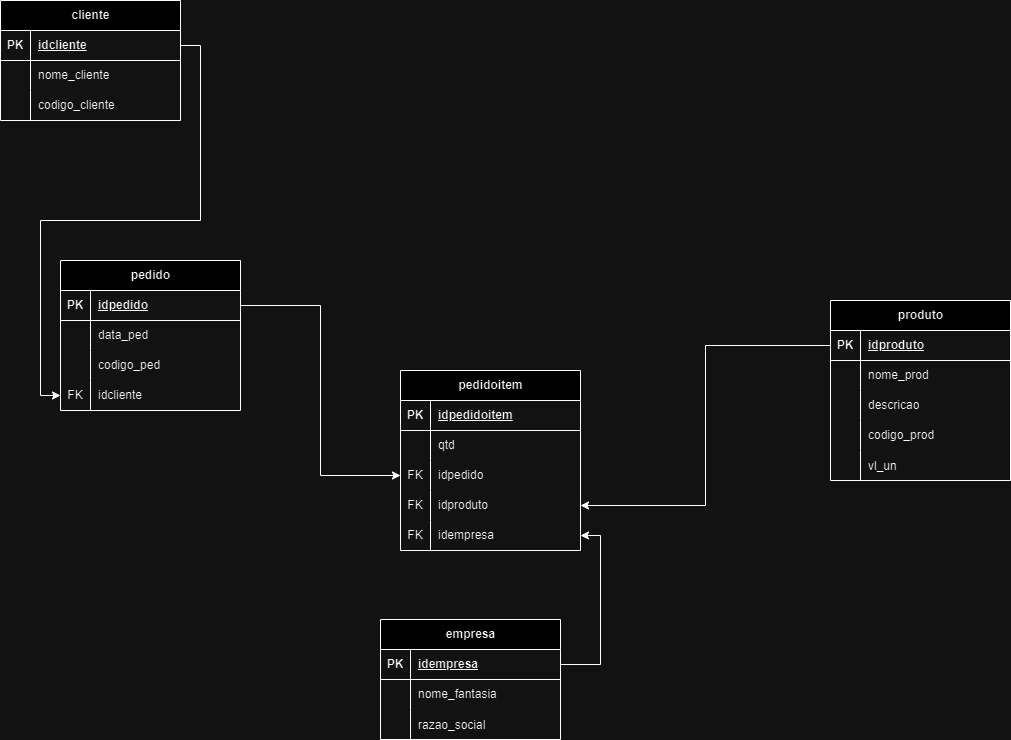
Before: ProjetoPooGrupo3/DER BD.png, a diagram exported from draw.io (Monerat/SerraTec-POO-Grupo3). Source tidied: cells renumbered, new cells last; positions are measured from the earlier drawing's top-left corner, leaving out a move shared by most shapes.
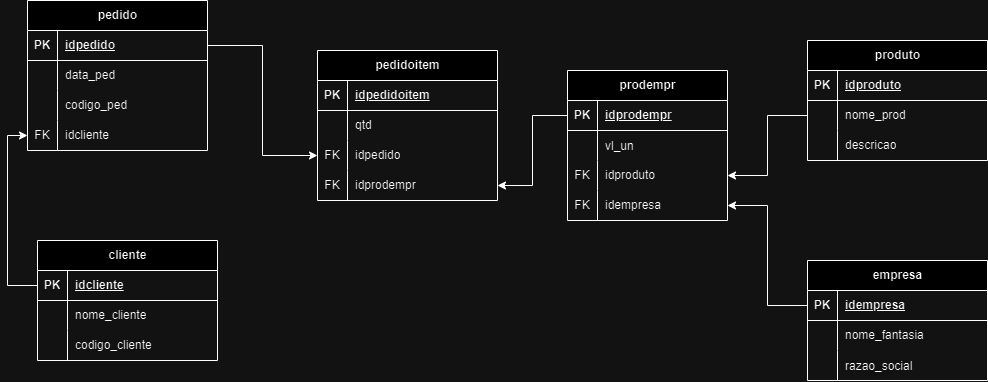
The same file after the commit.

Commit message:
Alterando Principal com as operações CRUD do Prod-Empr

Diff of the diagram source:
```diff
@@ -3,7 +3,7 @@
     <mxCell id="0" />
     <mxCell id="1" parent="0" />
     <mxCell id="2" value="cliente" style="shape=table;startSize=30;rowLines=0;fontStyle=1;align=center;html=1;" parent="1" vertex="1">
-      <mxGeometry width="180" height="120" as="geometry" />
+      <mxGeometry x="70" y="500" width="180" height="120" as="geometry" />
     </mxCell>
     <mxCell id="3" style="shape=tableRow;horizontal=0;startSize=0;swimlaneHead=0;swimlaneBody=0;fillColor=none;points=[[0,0.5],[1,0.5]];portConstraint=eastwest;top=0;left=0;right=0;bottom=1;" parent="2" vertex="1">
       <mxGeometry y="30" width="180" height="30" as="geometry" />
@@ -33,7 +33,7 @@
       <mxGeometry x="30" width="150" height="30" as="geometry" />
     </mxCell>
     <mxCell id="12" value="produto" style="shape=table;startSize=30;rowLines=0;fontStyle=1;align=center;html=1;" parent="1" vertex="1">
-      <mxGeometry x="830" y="300" width="180" height="180" as="geometry" />
+      <mxGeometry x="840" y="300" width="180" height="120" as="geometry" />
     </mxCell>
     <mxCell id="13" style="shape=tableRow;horizontal=0;startSize=0;swimlaneHead=0;swimlaneBody=0;fillColor=none;points=[[0,0.5],[1,0.5]];portConstraint=eastwest;top=0;left=0;right=0;bottom=1;" parent="12" vertex="1">
       <mxGeometry y="30" width="180" height="30" as="geometry" />
@@ -62,24 +62,6 @@
     <mxCell id="21" value="descricao" style="shape=partialRectangle;fillColor=none;top=0;left=0;bottom=0;right=0;align=left;spacingLeft=6;overflow=hidden;whiteSpace=wrap;html=1;" parent="19" vertex="1">
       <mxGeometry x="30" width="150" height="30" as="geometry" />
     </mxCell>
-    <mxCell id="22" style="shape=tableRow;horizontal=0;startSize=0;swimlaneHead=0;swimlaneBody=0;fillColor=none;top=0;left=0;right=0;bottom=0;" parent="12" vertex="1">
-      <mxGeometry y="120" width="180" height="30" as="geometry" />
-    </mxCell>
-    <mxCell id="23" style="shape=partialRectangle;fillColor=none;top=0;left=0;bottom=0;right=0;overflow=hidden;whiteSpace=wrap;html=1;" parent="22" vertex="1">
-      <mxGeometry width="30" height="30" as="geometry" />
-    </mxCell>
-    <mxCell id="24" value="codigo_prod" style="shape=partialRectangle;fillColor=none;top=0;left=0;bottom=0;right=0;align=left;spacingLeft=6;overflow=hidden;whiteSpace=wrap;html=1;" parent="22" vertex="1">
-      <mxGeometry x="30" width="150" height="30" as="geometry" />
-    </mxCell>
-    <mxCell id="25" style="shape=tableRow;horizontal=0;startSize=0;swimlaneHead=0;swimlaneBody=0;fillColor=none;top=0;left=0;right=0;bottom=0;" parent="12" vertex="1">
-      <mxGeometry y="150" width="180" height="30" as="geometry" />
-    </mxCell>
-    <mxCell id="26" style="shape=partialRectangle;fillColor=none;top=0;left=0;bottom=0;right=0;overflow=hidden;" parent="25" vertex="1">
-      <mxGeometry width="30" height="30" as="geometry" />
-    </mxCell>
-    <mxCell id="27" value="vl_un" style="shape=partialRectangle;fillColor=none;top=0;left=0;bottom=0;right=0;align=left;spacingLeft=6;overflow=hidden;" parent="25" vertex="1">
-      <mxGeometry x="30" width="150" height="30" as="geometry" />
-    </mxCell>
     <mxCell id="28" value="pedido" style="shape=table;startSize=30;rowLines=0;fontStyle=1;align=center;html=1;" parent="1" vertex="1">
       <mxGeometry x="60" y="260" width="180" height="150" as="geometry" />
     </mxCell>
@@ -120,7 +102,7 @@
       <mxGeometry x="30" width="150" height="30" as="geometry" />
     </mxCell>
     <mxCell id="41" value="pedidoitem" style="shape=table;startSize=30;rowLines=0;fontStyle=1;align=center;html=1;" parent="1" vertex="1">
-      <mxGeometry x="400" y="370" width="180" height="180" as="geometry" />
+      <mxGeometry x="350" y="310" width="180" height="150" as="geometry" />
     </mxCell>
     <mxCell id="42" style="shape=tableRow;horizontal=0;startSize=0;swimlaneHead=0;swimlaneBody=0;fillColor=none;top=0;left=0;right=0;bottom=1;" parent="41" vertex="1">
       <mxGeometry y="30" width="180" height="30" as="geometry" />
@@ -155,29 +137,14 @@
     <mxCell id="52" value="FK" style="shape=partialRectangle;fillColor=none;top=0;left=0;bottom=0;right=0;fontStyle=0;overflow=hidden;whiteSpace=wrap;html=1;" parent="51" vertex="1">
       <mxGeometry width="30" height="30" as="geometry" />
     </mxCell>
-    <mxCell id="53" value="idproduto" style="shape=partialRectangle;fillColor=none;top=0;left=0;bottom=0;right=0;align=left;spacingLeft=6;fontStyle=0;overflow=hidden;whiteSpace=wrap;html=1;" parent="51" vertex="1">
+    <mxCell id="53" value="idprodempr" style="shape=partialRectangle;fillColor=none;top=0;left=0;bottom=0;right=0;align=left;spacingLeft=6;fontStyle=0;overflow=hidden;whiteSpace=wrap;html=1;" parent="51" vertex="1">
       <mxGeometry x="30" width="150" height="30" as="geometry" />
     </mxCell>
-    <mxCell id="54" style="shape=tableRow;horizontal=0;startSize=0;swimlaneHead=0;swimlaneBody=0;fillColor=none;points=[[0,0.5],[1,0.5]];portConstraint=eastwest;top=0;left=0;right=0;bottom=0;" parent="41" vertex="1">
-      <mxGeometry y="150" width="180" height="30" as="geometry" />
-    </mxCell>
-    <mxCell id="55" value="FK" style="shape=partialRectangle;fillColor=none;top=0;left=0;bottom=0;right=0;fontStyle=0;overflow=hidden;whiteSpace=wrap;html=1;" parent="54" vertex="1">
-      <mxGeometry width="30" height="30" as="geometry" />
-    </mxCell>
-    <mxCell id="56" value="idempresa" style="shape=partialRectangle;fillColor=none;top=0;left=0;bottom=0;right=0;align=left;spacingLeft=6;fontStyle=0;overflow=hidden;whiteSpace=wrap;html=1;" parent="54" vertex="1">
-      <mxGeometry x="30" width="150" height="30" as="geometry" />
-    </mxCell>
     <mxCell id="57" style="edgeStyle=orthogonalEdgeStyle;rounded=0;jettySize=auto;html=1;exitX=1;exitY=0.5;exitDx=0;exitDy=0;" parent="1" edge="1" source="29" target="48">
       <mxGeometry relative="1" as="geometry" />
     </mxCell>
-    <mxCell id="58" style="edgeStyle=orthogonalEdgeStyle;rounded=0;jettySize=auto;html=1;exitX=0;exitY=0.5;exitDx=0;exitDy=0;entryX=1;entryY=0.5;entryDx=0;entryDy=0;" parent="1" edge="1" source="13" target="51">
-      <mxGeometry relative="1" as="geometry" />
-    </mxCell>
-    <mxCell id="59" style="edgeStyle=orthogonalEdgeStyle;rounded=0;jettySize=auto;html=1;exitX=1;exitY=0.5;exitDx=0;exitDy=0;entryX=0;entryY=0.5;entryDx=0;entryDy=0;" parent="1" edge="1" source="3" target="38">
-      <mxGeometry relative="1" as="geometry" />
-    </mxCell>
     <mxCell id="60" value="empresa" style="shape=table;startSize=30;rowLines=0;fontStyle=1;align=center;html=1;" parent="1" vertex="1">
-      <mxGeometry x="380" y="619" width="180" height="120" as="geometry" />
+      <mxGeometry x="840" y="520" width="180" height="120" as="geometry" />
     </mxCell>
     <mxCell id="61" style="shape=tableRow;horizontal=0;startSize=0;swimlaneHead=0;swimlaneBody=0;fillColor=none;points=[[0,0.5],[1,0.5]];portConstraint=eastwest;top=0;left=0;right=0;bottom=1;" parent="60" vertex="1">
       <mxGeometry y="30" width="180" height="30" as="geometry" />
@@ -206,8 +173,56 @@
     <mxCell id="69" value="razao_social" style="shape=partialRectangle;fillColor=none;top=0;left=0;bottom=0;right=0;align=left;spacingLeft=6;overflow=hidden;" parent="67" vertex="1">
       <mxGeometry x="30" width="150" height="30" as="geometry" />
     </mxCell>
-    <mxCell id="70" style="edgeStyle=orthogonalEdgeStyle;rounded=0;jettySize=auto;html=1;exitX=1;exitY=0.5;exitDx=0;exitDy=0;entryX=1;entryY=0.5;entryDx=0;entryDy=0;" parent="1" edge="1" source="61" target="54">
-      <mxGeometry relative="1" as="geometry" />
-    </mxCell>
+    <mxCell id="71" value="prodempr" style="shape=table;startSize=30;rowLines=0;fontStyle=1;align=center;html=1;" parent="1" vertex="1">
+      <mxGeometry x="600" y="330" width="160" height="150" as="geometry" />
+    </mxCell>
+    <mxCell id="72" style="shape=tableRow;horizontal=0;startSize=0;swimlaneHead=0;swimlaneBody=0;fillColor=none;points=[[0,0.5],[1,0.5]];portConstraint=eastwest;top=0;left=0;right=0;bottom=1;" parent="71" vertex="1">
+      <mxGeometry y="30" width="160" height="30" as="geometry" />
+    </mxCell>
+    <mxCell id="73" value="PK" style="shape=partialRectangle;fillColor=none;top=0;left=0;bottom=0;right=0;fontStyle=1;overflow=hidden;whiteSpace=wrap;html=1;" parent="72" vertex="1">
+      <mxGeometry width="30" height="30" as="geometry" />
+    </mxCell>
+    <mxCell id="74" value="idprodempr" style="shape=partialRectangle;fillColor=none;top=0;left=0;bottom=0;right=0;align=left;spacingLeft=6;fontStyle=5;overflow=hidden;whiteSpace=wrap;html=1;" parent="72" vertex="1">
+      <mxGeometry x="30" width="130" height="30" as="geometry" />
+    </mxCell>
+    <mxCell id="25" style="shape=tableRow;horizontal=0;startSize=0;swimlaneHead=0;swimlaneBody=0;fillColor=none;top=0;left=0;right=0;bottom=0;" parent="71" vertex="1">
+      <mxGeometry y="60" width="160" height="30" as="geometry" />
+    </mxCell>
+    <mxCell id="26" style="shape=partialRectangle;fillColor=none;top=0;left=0;bottom=0;right=0;overflow=hidden;" parent="25" vertex="1">
+      <mxGeometry width="30" height="30" as="geometry" />
+    </mxCell>
+    <mxCell id="27" value="vl_un" style="shape=partialRectangle;fillColor=none;top=0;left=0;bottom=0;right=0;align=left;spacingLeft=6;overflow=hidden;" parent="25" vertex="1">
+      <mxGeometry x="30" width="130" height="30" as="geometry" />
+    </mxCell>
+    <mxCell id="75" style="shape=tableRow;horizontal=0;startSize=0;swimlaneHead=0;swimlaneBody=0;fillColor=none;points=[[0,0.5],[1,0.5]];portConstraint=eastwest;top=0;left=0;right=0;bottom=0;" parent="71" vertex="1">
+      <mxGeometry y="90" width="160" height="30" as="geometry" />
+    </mxCell>
+    <mxCell id="76" value="FK" style="shape=partialRectangle;fillColor=none;top=0;left=0;bottom=0;right=0;fontStyle=0;overflow=hidden;whiteSpace=wrap;html=1;" parent="75" vertex="1">
+      <mxGeometry width="30" height="30" as="geometry" />
+    </mxCell>
+    <mxCell id="77" value="idproduto" style="shape=partialRectangle;fillColor=none;top=0;left=0;bottom=0;right=0;align=left;spacingLeft=6;fontStyle=0;overflow=hidden;whiteSpace=wrap;html=1;" parent="75" vertex="1">
+      <mxGeometry x="30" width="130" height="30" as="geometry" />
+    </mxCell>
+    <mxCell id="78" style="shape=tableRow;horizontal=0;startSize=0;swimlaneHead=0;swimlaneBody=0;fillColor=none;points=[[0,0.5],[1,0.5]];portConstraint=eastwest;top=0;left=0;right=0;bottom=0;" parent="71" vertex="1">
+      <mxGeometry y="120" width="160" height="30" as="geometry" />
+    </mxCell>
+    <mxCell id="79" value="FK" style="shape=partialRectangle;fillColor=none;top=0;left=0;bottom=0;right=0;fontStyle=0;overflow=hidden;whiteSpace=wrap;html=1;" parent="78" vertex="1">
+      <mxGeometry width="30" height="30" as="geometry" />
+    </mxCell>
+    <mxCell id="56" value="idempresa" style="shape=partialRectangle;fillColor=none;top=0;left=0;bottom=0;right=0;align=left;spacingLeft=6;fontStyle=0;overflow=hidden;whiteSpace=wrap;html=1;" parent="78" vertex="1">
+      <mxGeometry x="30" width="130" height="30" as="geometry" />
+    </mxCell>
+    <mxCell id="80" style="edgeStyle=orthogonalEdgeStyle;rounded=0;jettySize=auto;html=1;exitX=0;exitY=0.5;exitDx=0;exitDy=0;entryX=1;entryY=0.5;entryDx=0;entryDy=0;" parent="1" edge="1" source="72" target="51">
+      <mxGeometry relative="1" as="geometry" />
+    </mxCell>
+    <mxCell id="81" style="edgeStyle=orthogonalEdgeStyle;rounded=0;jettySize=auto;html=1;exitX=0;exitY=0.5;exitDx=0;exitDy=0;entryX=1;entryY=0.5;entryDx=0;entryDy=0;" parent="1" edge="1" source="16" target="75">
+      <mxGeometry relative="1" as="geometry" />
+    </mxCell>
+    <mxCell id="82" style="edgeStyle=orthogonalEdgeStyle;rounded=0;jettySize=auto;html=1;exitX=0;exitY=0.5;exitDx=0;exitDy=0;entryX=1;entryY=0.5;entryDx=0;entryDy=0;" parent="1" edge="1" source="61" target="78">
+      <mxGeometry relative="1" as="geometry" />
+    </mxCell>
+    <mxCell id="59" style="edgeStyle=orthogonalEdgeStyle;rounded=0;jettySize=auto;html=1;exitX=0;exitY=0.5;exitDx=0;exitDy=0;entryX=0;entryY=0.5;entryDx=0;entryDy=0;" parent="1" edge="1" source="3" target="38">
+      <mxGeometry relative="1" as="geometry" />
+    </mxCell>
   </root>
 </mxGraphModel>
```
